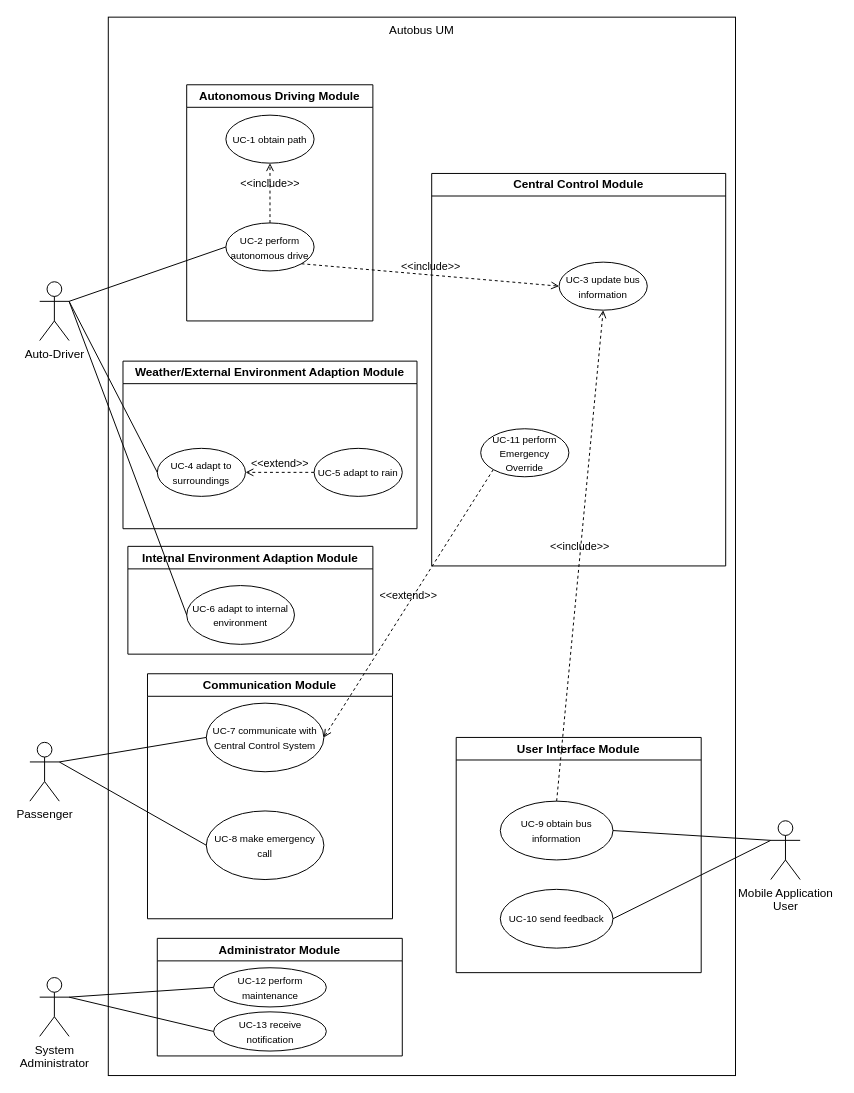
justn0thinghere/drawio keeps this draw.io diagram as UCDwia2002project.drawio. Above is the earlier version. Source tidied: cells renumbered, new cells numbered last; positions are measured from the earlier drawing's top-left corner, leaving out a move shared by most shapes. Both pictures are drawn from the tidied source at 98%, with x=0, y=0 at pixel (29, 17).
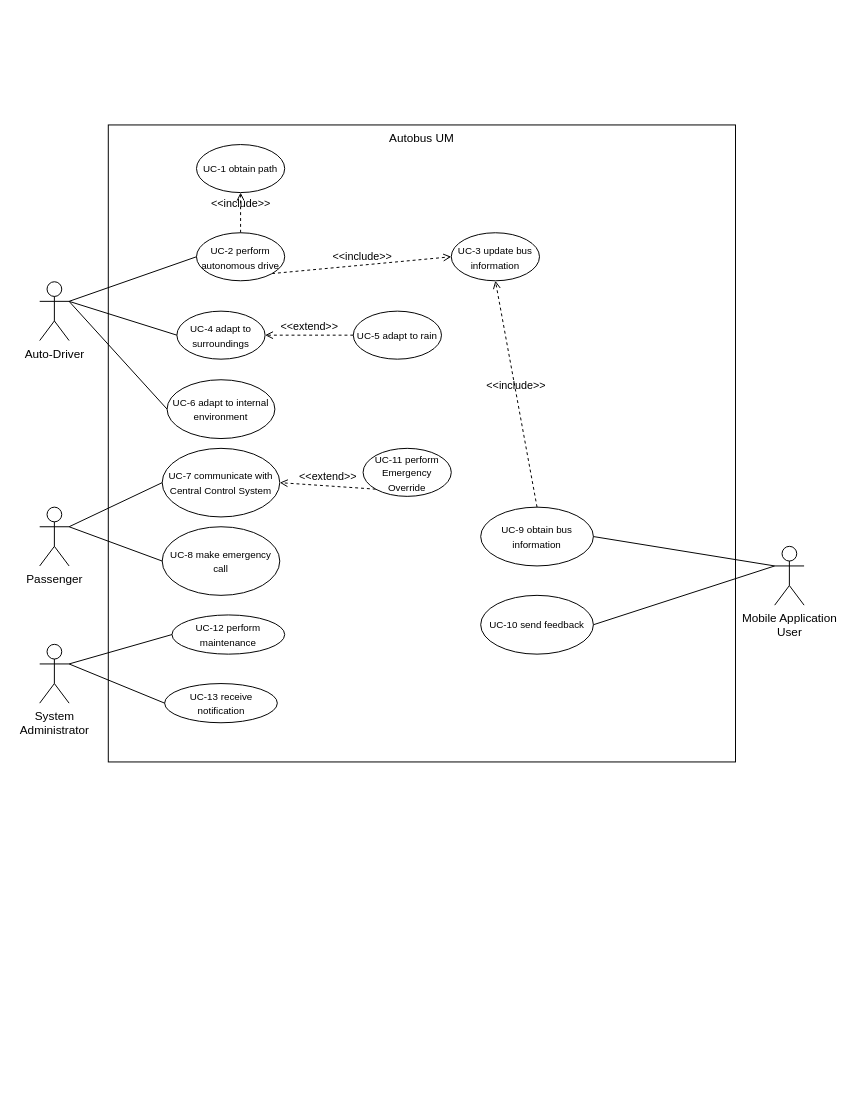
Above is the later version.

What changed in the source:
```diff
@@
     <mxCell id="3" value="Autobus UM" style="rounded=0;whiteSpace=wrap;html=1;align=center;horizontal=1;verticalAlign=top;" parent="1" vertex="1">
-      <mxGeometry x="80" width="640" height="1080" as="geometry" />
+      <mxGeometry x="80" y="110" width="640" height="650" as="geometry" />
     </mxCell>
-    <mxCell id="4" value="Autonomous Driving Module" style="swimlane;whiteSpace=wrap;html=1;" parent="1" vertex="1">
-      <mxGeometry x="160" y="69" width="190" height="241" as="geometry" />
-    </mxCell>
-    <mxCell id="5" value="&lt;font style=&quot;font-size: 10px;&quot;&gt;UC-1 obtain path&lt;/font&gt;" style="ellipse;whiteSpace=wrap;html=1;" parent="4" vertex="1">
-      <mxGeometry x="40" y="31" width="90" height="49" as="geometry" />
-    </mxCell>
-    <mxCell id="6" value="&lt;font style=&quot;font-size: 10px;&quot;&gt;UC-2 perform autonomous drive&lt;/font&gt;" style="ellipse;whiteSpace=wrap;html=1;" parent="4" vertex="1">
-      <mxGeometry x="40" y="141" width="90" height="49" as="geometry" />
-    </mxCell>
-    <mxCell id="7" value="&amp;lt;&amp;lt;include&amp;gt;&amp;gt;" style="html=1;verticalAlign=bottom;labelBackgroundColor=none;endArrow=open;endFill=0;dashed=1;rounded=0;exitX=0.5;exitY=0;exitDx=0;exitDy=0;entryX=0.5;entryY=1;entryDx=0;entryDy=0;" parent="4" edge="1" source="6" target="5">
-      <mxGeometry relative="1" as="geometry" />
-    </mxCell>
@@
-    <mxCell id="9" value="Weather/External Environment Adaption Module" style="swimlane;whiteSpace=wrap;html=1;" parent="1" vertex="1">
-      <mxGeometry x="95" y="351" width="300" height="171" as="geometry" />
-    </mxCell>
-    <mxCell id="10" value="&lt;font style=&quot;font-size: 10px;&quot;&gt;UC-5 adapt to rain&lt;/font&gt;" style="ellipse;whiteSpace=wrap;html=1;" parent="9" vertex="1">
-      <mxGeometry x="195" y="89" width="90" height="49" as="geometry" />
-    </mxCell>
-    <mxCell id="11" value="&lt;font style=&quot;font-size: 10px;&quot;&gt;UC-4 adapt to surroundings&lt;/font&gt;" style="ellipse;whiteSpace=wrap;html=1;" parent="9" vertex="1">
-      <mxGeometry x="35" y="89" width="90" height="49" as="geometry" />
-    </mxCell>
-    <mxCell id="12" value="&amp;lt;&amp;lt;extend&amp;gt;&amp;gt;" style="html=1;verticalAlign=bottom;labelBackgroundColor=none;endArrow=open;endFill=0;dashed=1;rounded=0;exitX=0;exitY=0.5;exitDx=0;exitDy=0;entryX=1;entryY=0.5;entryDx=0;entryDy=0;" parent="9" edge="1" source="10" target="11">
-      <mxGeometry relative="1" as="geometry" />
-    </mxCell>
-    <mxCell id="13" value="Central Control Module" style="swimlane;whiteSpace=wrap;html=1;" parent="1" vertex="1">
-      <mxGeometry x="410" y="159.5" width="300" height="400.5" as="geometry" />
-    </mxCell>
-    <mxCell id="14" value="&lt;font style=&quot;font-size: 10px;&quot;&gt;UC-11 perform Emergency Override&lt;/font&gt;" style="ellipse;whiteSpace=wrap;html=1;" parent="13" vertex="1">
-      <mxGeometry x="50" y="260.5" width="90" height="49" as="geometry" />
-    </mxCell>
     <mxCell id="15" value="&lt;font style=&quot;font-size: 10px;&quot;&gt;UC-3 update bus information&lt;/font&gt;" style="ellipse;whiteSpace=wrap;html=1;" parent="1" vertex="1">
-      <mxGeometry x="540" y="250" width="90" height="49" as="geometry" />
+      <mxGeometry x="430" y="220" width="90" height="49" as="geometry" />
     </mxCell>
@@
-    <mxCell id="18" value="Internal Environment Adaption Module" style="swimlane;whiteSpace=wrap;html=1;" parent="1" vertex="1">
-      <mxGeometry x="100" y="540" width="250" height="110" as="geometry" />
-    </mxCell>
-    <mxCell id="19" value="&lt;font style=&quot;font-size: 10px;&quot;&gt;UC-6 adapt to internal environment&lt;/font&gt;" style="ellipse;whiteSpace=wrap;html=1;" parent="18" vertex="1">
-      <mxGeometry x="60" y="40" width="110" height="60" as="geometry" />
-    </mxCell>
-    <mxCell id="20" value="Communication Module" style="swimlane;whiteSpace=wrap;html=1;" parent="1" vertex="1">
-      <mxGeometry x="120" y="670" width="250" height="250" as="geometry" />
-    </mxCell>
     <mxCell id="21" value="Passenger" style="shape=umlActor;verticalLabelPosition=bottom;verticalAlign=top;html=1;outlineConnect=0;" parent="1" vertex="1">
-      <mxGeometry y="740" width="30" height="60" as="geometry" />
+      <mxGeometry x="10" y="500" width="30" height="60" as="geometry" />
     </mxCell>
     <mxCell id="22" value="&lt;font style=&quot;font-size: 10px;&quot;&gt;UC-7 communicate with Central Control System&lt;/font&gt;" style="ellipse;whiteSpace=wrap;html=1;" parent="1" vertex="1">
-      <mxGeometry x="180" y="700" width="120" height="70" as="geometry" />
+      <mxGeometry x="135" y="440" width="120" height="70" as="geometry" />
     </mxCell>
     <mxCell id="23" value="&lt;font style=&quot;font-size: 10px;&quot;&gt;UC-8 make emergency call&lt;/font&gt;" style="ellipse;whiteSpace=wrap;html=1;" parent="1" vertex="1">
-      <mxGeometry x="180" y="810" width="120" height="70" as="geometry" />
+      <mxGeometry x="135" y="520" width="120" height="70" as="geometry" />
     </mxCell>
-    <mxCell id="24" value="User Interface Module" style="swimlane;whiteSpace=wrap;html=1;" parent="1" vertex="1">
-      <mxGeometry x="435" y="735" width="250" height="240" as="geometry" />
-    </mxCell>
-    <mxCell id="25" value="&lt;span style=&quot;font-size: 10px;&quot;&gt;UC-10 send feedback&lt;/span&gt;" style="ellipse;whiteSpace=wrap;html=1;" parent="24" vertex="1">
-      <mxGeometry x="45" y="155" width="115" height="60" as="geometry" />
-    </mxCell>
     <mxCell id="26" value="&lt;span style=&quot;font-size: 10px;&quot;&gt;UC-9 obtain bus information&lt;/span&gt;" style="ellipse;whiteSpace=wrap;html=1;" parent="1" vertex="1">
-      <mxGeometry x="480" y="800" width="115" height="60" as="geometry" />
+      <mxGeometry x="460" y="500" width="115" height="60" as="geometry" />
     </mxCell>
@@
     <mxCell id="31" value="Mobile Application&lt;div&gt;User&lt;/div&gt;" style="shape=umlActor;verticalLabelPosition=bottom;verticalAlign=top;html=1;outlineConnect=0;" parent="1" vertex="1">
-      <mxGeometry x="756" y="820" width="30" height="60" as="geometry" />
+      <mxGeometry x="760" y="540" width="30" height="60" as="geometry" />
     </mxCell>
@@
     <mxCell id="35" value="System&lt;div&gt;Administrator&lt;/div&gt;" style="shape=umlActor;verticalLabelPosition=bottom;verticalAlign=top;html=1;outlineConnect=0;" parent="1" vertex="1">
-      <mxGeometry x="10" y="980" width="30" height="60" as="geometry" />
+      <mxGeometry x="10" y="640" width="30" height="60" as="geometry" />
     </mxCell>
-    <mxCell id="36" value="Administrator Module" style="swimlane;whiteSpace=wrap;html=1;" parent="1" vertex="1">
-      <mxGeometry x="130" y="940" width="250" height="120" as="geometry" />
-    </mxCell>
     <mxCell id="37" value="&lt;span style=&quot;font-size: 10px;&quot;&gt;UC-12 perform maintenance&lt;/span&gt;" style="ellipse;whiteSpace=wrap;html=1;" parent="1" vertex="1">
-      <mxGeometry x="187.5" y="970" width="115" height="40" as="geometry" />
+      <mxGeometry x="145" y="610" width="115" height="40" as="geometry" />
     </mxCell>
     <mxCell id="38" value="&lt;span style=&quot;font-size: 10px;&quot;&gt;UC-13 receive notification&lt;/span&gt;" style="ellipse;whiteSpace=wrap;html=1;" parent="1" vertex="1">
-      <mxGeometry x="187.5" y="1015" width="115" height="40" as="geometry" />
+      <mxGeometry x="137.5" y="680" width="115" height="40" as="geometry" />
     </mxCell>
@@
+    <mxCell id="14" value="&lt;font style=&quot;font-size: 10px;&quot;&gt;UC-11 perform Emergency Override&lt;/font&gt;" style="ellipse;whiteSpace=wrap;html=1;" parent="1" vertex="1">
+      <mxGeometry x="340" y="440" width="90" height="49" as="geometry" />
+    </mxCell>
+    <mxCell id="25" value="&lt;span style=&quot;font-size: 10px;&quot;&gt;UC-10 send feedback&lt;/span&gt;" style="ellipse;whiteSpace=wrap;html=1;" parent="1" vertex="1">
+      <mxGeometry x="460" y="590" width="115" height="60" as="geometry" />
+    </mxCell>
+    <mxCell id="19" value="&lt;font style=&quot;font-size: 10px;&quot;&gt;UC-6 adapt to internal environment&lt;/font&gt;" style="ellipse;whiteSpace=wrap;html=1;" parent="1" vertex="1">
+      <mxGeometry x="140" y="370" width="110" height="60" as="geometry" />
+    </mxCell>
+    <mxCell id="11" value="&lt;font style=&quot;font-size: 10px;&quot;&gt;UC-4 adapt to surroundings&lt;/font&gt;" style="ellipse;whiteSpace=wrap;html=1;" parent="1" vertex="1">
+      <mxGeometry x="150" y="300" width="90" height="49" as="geometry" />
+    </mxCell>
+    <mxCell id="12" value="&amp;lt;&amp;lt;extend&amp;gt;&amp;gt;" style="html=1;verticalAlign=bottom;labelBackgroundColor=none;endArrow=open;endFill=0;dashed=1;rounded=0;exitX=0;exitY=0.5;exitDx=0;exitDy=0;entryX=1;entryY=0.5;entryDx=0;entryDy=0;" parent="1" edge="1" source="10" target="11">
+      <mxGeometry relative="1" as="geometry" />
+    </mxCell>
+    <mxCell id="10" value="&lt;font style=&quot;font-size: 10px;&quot;&gt;UC-5 adapt to rain&lt;/font&gt;" style="ellipse;whiteSpace=wrap;html=1;" parent="1" vertex="1">
+      <mxGeometry x="330" y="300" width="90" height="49" as="geometry" />
+    </mxCell>
+    <mxCell id="5" value="&lt;font style=&quot;font-size: 10px;&quot;&gt;UC-1 obtain path&lt;/font&gt;" style="ellipse;whiteSpace=wrap;html=1;" parent="1" vertex="1">
+      <mxGeometry x="170" y="130" width="90" height="49" as="geometry" />
+    </mxCell>
+    <mxCell id="7" value="&amp;lt;&amp;lt;include&amp;gt;&amp;gt;" style="html=1;verticalAlign=bottom;labelBackgroundColor=none;endArrow=open;endFill=0;dashed=1;rounded=0;exitX=0.5;exitY=0;exitDx=0;exitDy=0;entryX=0.5;entryY=1;entryDx=0;entryDy=0;" parent="1" edge="1" source="6" target="5">
+      <mxGeometry relative="1" as="geometry" />
+    </mxCell>
+    <mxCell id="6" value="&lt;font style=&quot;font-size: 10px;&quot;&gt;UC-2 perform autonomous drive&lt;/font&gt;" style="ellipse;whiteSpace=wrap;html=1;" parent="1" vertex="1">
+      <mxGeometry x="170" y="220" width="90" height="49" as="geometry" />
+    </mxCell>
```
